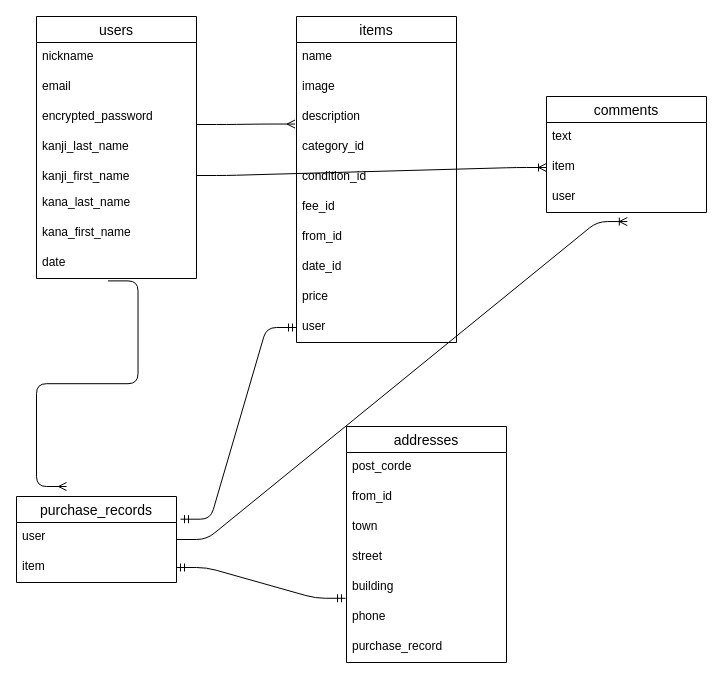
maize1023/furima-38639 keeps this draw.io diagram as ER.dio. Above is the earlier version. Source tidied: cells renumbered, new cells numbered last; positions are measured from the earlier drawing's top-left corner, leaving out a move shared by most shapes. Both pictures are drawn from the tidied source at 100%, with x=0, y=0 at pixel (16, 16).
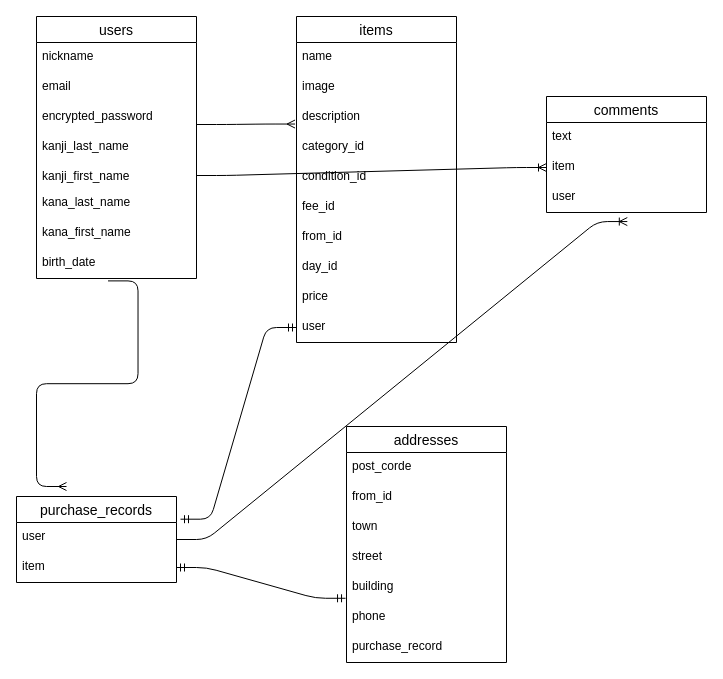
Above is the later version.

Commit message (it also covers changes not shown here):
ER図・READ.meの修正

Unchanged cells that the change refers to:
```xml
<mxCell id="2" value="users" style="swimlane;fontStyle=0;horizontal=1;startSize=26;align=center;fontSize=14;" parent="1" vertex="1">
  <mxGeometry x="20" width="160" height="262" as="geometry" />
</mxCell>
<mxCell id="11" value="items" style="swimlane;fontStyle=0;horizontal=1;startSize=26;align=center;fontSize=14;" parent="1" vertex="1">
  <mxGeometry x="280" width="160" height="326" as="geometry" />
</mxCell>
```

The edit, as a diff of the source:
```diff
@@
-    <mxCell id="10" value="date" style="text;strokeColor=none;fillColor=none;spacingLeft=4;spacingRight=4;overflow=hidden;points=[[0,0.5],[1,0.5]];portConstraint=eastwest;fontSize=12;" parent="2" vertex="1">
+    <mxCell id="10" value="birth_date" style="text;strokeColor=none;fillColor=none;spacingLeft=4;spacingRight=4;overflow=hidden;points=[[0,0.5],[1,0.5]];portConstraint=eastwest;fontSize=12;" parent="2" vertex="1">
       <mxGeometry y="232" width="160" height="30" as="geometry" />
     </mxCell>
@@
-    <mxCell id="19" value="date_id" style="text;strokeColor=none;fillColor=none;spacingLeft=4;spacingRight=4;overflow=hidden;fontSize=12;" parent="11" vertex="1">
+    <mxCell id="19" value="day_id" style="text;strokeColor=none;fillColor=none;spacingLeft=4;spacingRight=4;overflow=hidden;fontSize=12;" parent="11" vertex="1">
       <mxGeometry y="236" width="160" height="30" as="geometry" />
     </mxCell>
```
